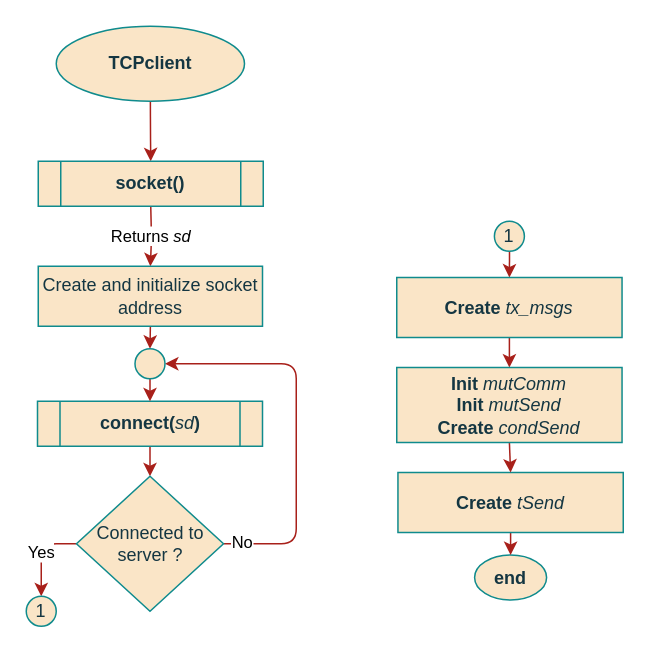
ESRGgroup9/slipad keeps this draw.io diagram as page "Constructor" (2 of 6) of project/report/flowcharts/Classes/CTCPclient.drawio. Above is the earlier version. Source tidied: cells renumbered, new cells numbered last; positions are measured from the earlier drawing's top-left corner, leaving out a move shared by most shapes. Both pictures are drawn from the tidied source at 150%, with x=0, y=0 at pixel (26, 26).
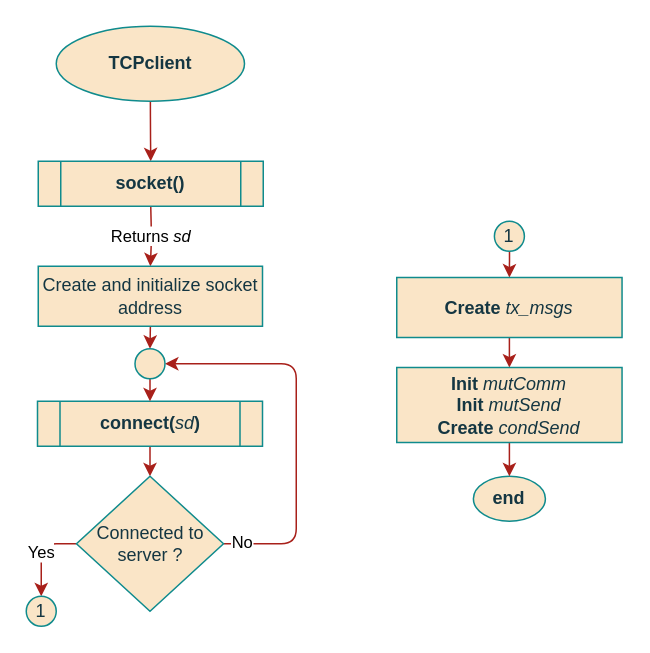
The same page after the edit.

Unchanged cells that the change refers to:
```xml
<mxCell id="23" value="&lt;div&gt;&lt;b&gt;Init &lt;/b&gt;&lt;i&gt;mutComm&lt;/i&gt;&lt;/div&gt;&lt;div&gt;&lt;b&gt;Init &lt;/b&gt;&lt;i&gt;mutSend&lt;/i&gt;&lt;/div&gt;&lt;b&gt;Create&lt;/b&gt;&lt;i&gt; condSend&lt;/i&gt;" style="rounded=0;whiteSpace=wrap;html=1;sketch=0;fontColor=#143642;strokeColor=#0F8B8D;fillColor=#FAE5C7;" parent="1" vertex="1">
  <mxGeometry x="247" y="227.5" width="150.2" height="50" as="geometry" />
</mxCell>
```

What changed in the source:
```diff
@@
     <mxCell id="5" value="end" style="ellipse;whiteSpace=wrap;html=1;fillColor=#FAE5C7;strokeColor=#0F8B8D;fontColor=#143642;fontStyle=1;" parent="1" vertex="1">
-      <mxGeometry x="298.9" y="352.5" width="48" height="30" as="geometry" />
+      <mxGeometry x="298.1" y="300" width="48" height="30" as="geometry" />
     </mxCell>
@@
-    <mxCell id="18" style="edgeStyle=orthogonalEdgeStyle;rounded=1;jettySize=auto;html=1;exitX=0.5;exitY=1;exitDx=0;exitDy=0;entryX=0.5;entryY=0;entryDx=0;entryDy=0;fontSize=11;strokeColor=#A8201A;" parent="1" edge="1" source="19" target="5">
-      <mxGeometry relative="1" as="geometry" />
-    </mxCell>
-    <mxCell id="19" value="&lt;div&gt;&lt;b&gt;Create&lt;/b&gt; &lt;i&gt;tSend&lt;/i&gt;&lt;/div&gt;" style="rounded=0;whiteSpace=wrap;html=1;sketch=0;fontColor=#143642;strokeColor=#0F8B8D;fillColor=#FAE5C7;" parent="1" vertex="1">
-      <mxGeometry x="247.8" y="297.5" width="150.2" height="40" as="geometry" />
-    </mxCell>
@@
-    <mxCell id="22" style="edgeStyle=orthogonalEdgeStyle;rounded=1;jettySize=auto;html=1;exitX=0.5;exitY=1;exitDx=0;exitDy=0;entryX=0.5;entryY=0;entryDx=0;entryDy=0;fontSize=11;strokeColor=#A8201A;" parent="1" edge="1" source="23" target="19">
+    <mxCell id="22" style="edgeStyle=orthogonalEdgeStyle;rounded=1;jettySize=auto;html=1;exitX=0.5;exitY=1;exitDx=0;exitDy=0;entryX=0.5;entryY=0;entryDx=0;entryDy=0;fontSize=11;strokeColor=#A8201A;" parent="1" edge="1" source="23" target="5">
       <mxGeometry relative="1" as="geometry" />
     </mxCell>
```
